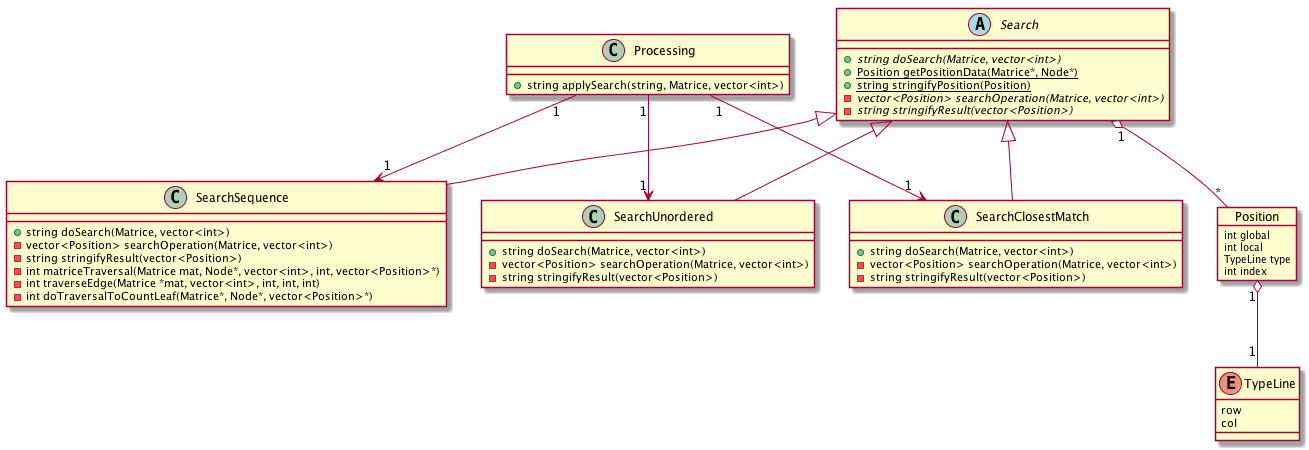
Before: report/src/ressources/graph/Processing.png, a diagram exported from PlantUML (vdesgrange/PatternSearch).
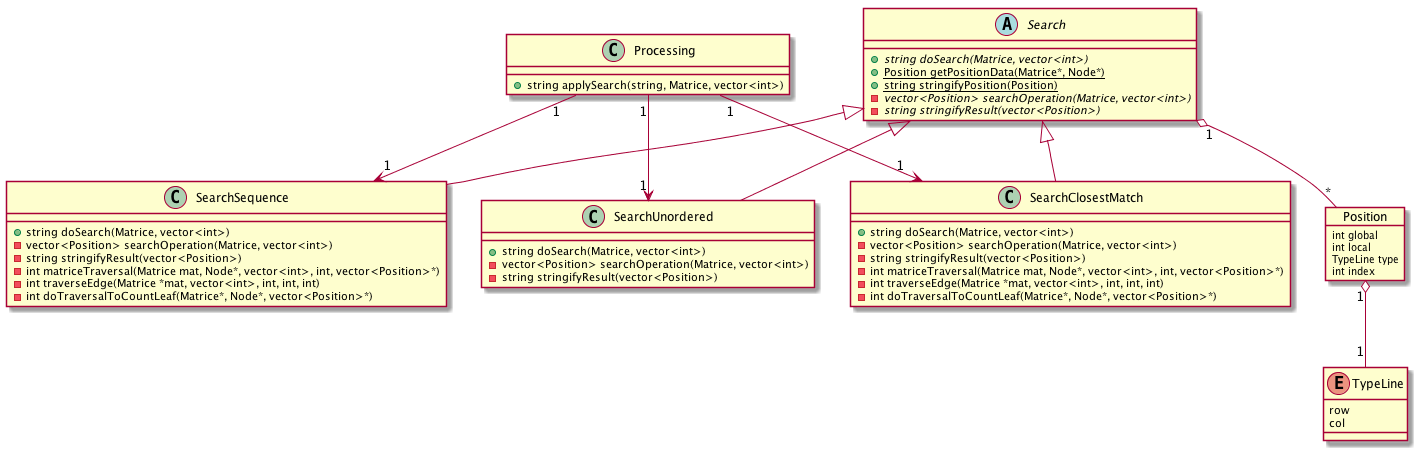
Above is the later version.

What changed in the source:
```diff
@@ -23,6 +23,9 @@
     +string doSearch(Matrice, vector<int>)
     -vector<Position> searchOperation(Matrice, vector<int>)
     -string stringifyResult(vector<Position>)
+    -int matriceTraversal(Matrice mat, Node*, vector<int>, int, vector<Position>*)
+    -int traverseEdge(Matrice *mat, vector<int>, int, int, int)
+    -int doTraversalToCountLeaf(Matrice*, Node*, vector<Position>*)
 }
 
 enum TypeLine {
```
